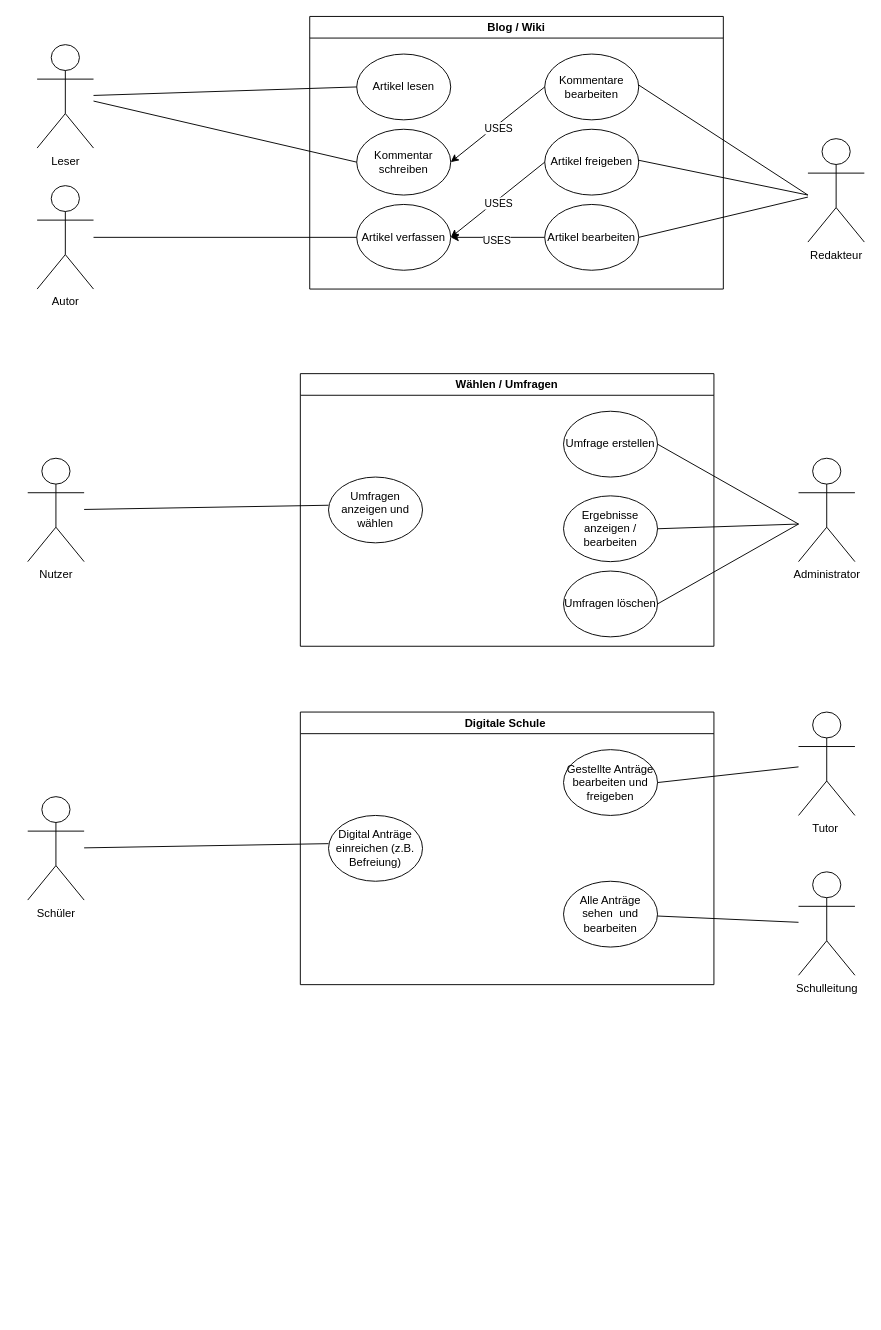
Duentemeiname/DjangoTestProjekts keeps this draw.io diagram as AnwendungsfälleDjango.drawio. Above is the earlier version. Source tidied: cells renumbered, new cells numbered last; positions are measured from the earlier drawing's top-left corner, leaving out a move shared by most shapes. Both pictures are drawn from the tidied source at 94%, with x=0, y=0 at pixel (27, 16).
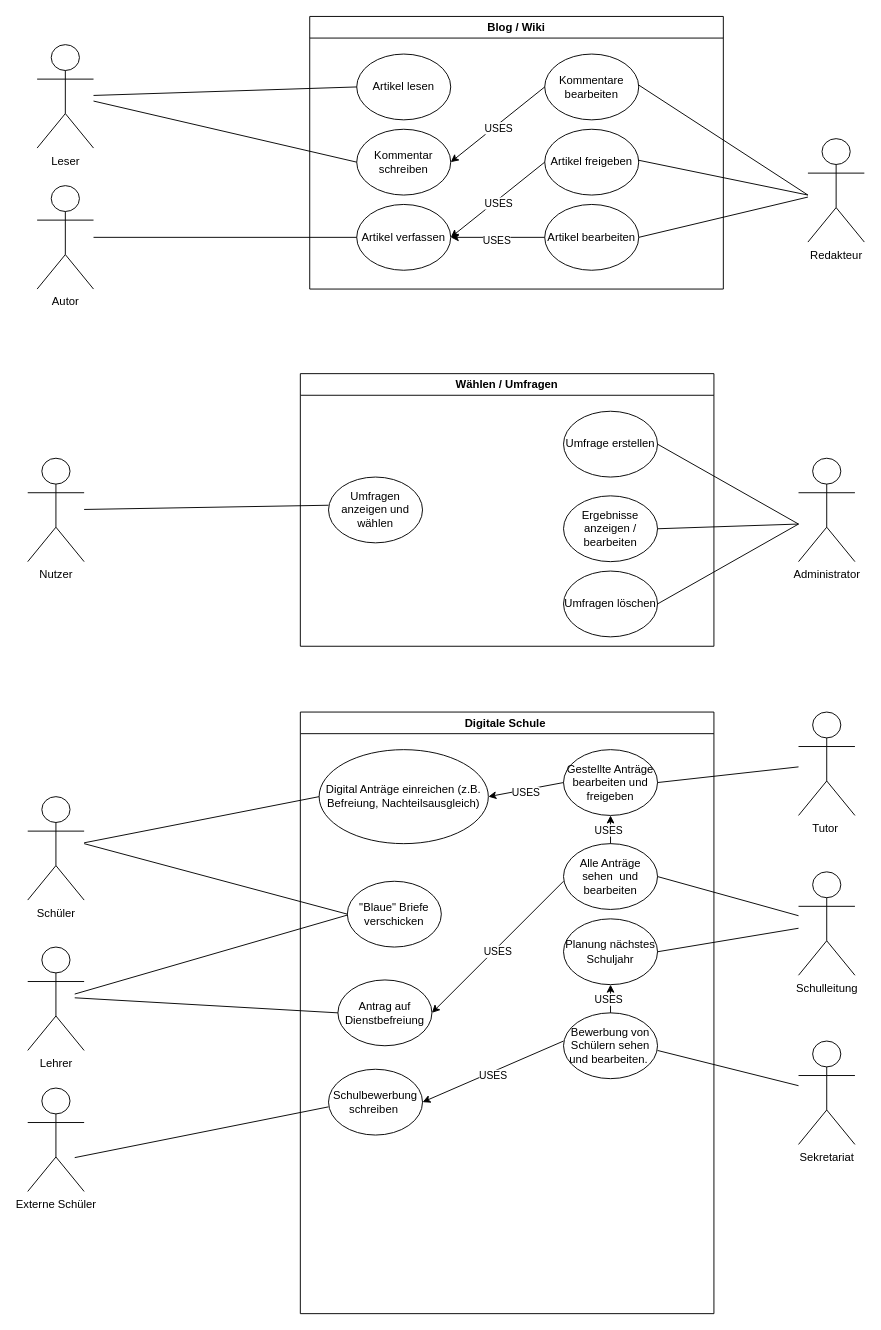
The same diagram, later.

The change refers to these unchanged cells:
```xml
<mxCell id="35" value="Schüler" style="shape=umlActor;verticalLabelPosition=bottom;verticalAlign=top;html=1;" parent="1" vertex="1">
  <mxGeometry y="830" width="60" height="110" as="geometry" />
</mxCell>
<mxCell id="38" value="Gestellte Anträge bearbeiten und freigeben" style="ellipse;whiteSpace=wrap;html=1;" parent="36" vertex="1">
  <mxGeometry x="280" y="40" width="100" height="70" as="geometry" />
</mxCell>
<mxCell id="44" value="Schulleitung" style="shape=umlActor;verticalLabelPosition=bottom;verticalAlign=top;html=1;" parent="1" vertex="1">
  <mxGeometry x="820" y="910" width="60" height="110" as="geometry" />
</mxCell>
```

The edit, as a diff of the source:
```diff
@@
     <mxCell id="36" value="Digitale Schule&amp;nbsp;" style="swimlane;whiteSpace=wrap;html=1;" parent="1" vertex="1">
-      <mxGeometry x="290" y="740" width="440" height="290" as="geometry" />
+      <mxGeometry x="290" y="740" width="440" height="640" as="geometry" />
     </mxCell>
-    <mxCell id="37" value="Digital Anträge einreichen (z.B. Befreiung)" style="ellipse;whiteSpace=wrap;html=1;" parent="36" vertex="1">
-      <mxGeometry x="30" y="110" width="100" height="70" as="geometry" />
+    <mxCell id="37" value="Digital Anträge einreichen (z.B. Befreiung, Nachteilsausgleich)" style="ellipse;whiteSpace=wrap;html=1;" parent="36" vertex="1">
+      <mxGeometry x="20" y="40" width="180" height="100" as="geometry" />
     </mxCell>
@@
     <mxCell id="39" value="Alle Anträge sehen&amp;nbsp; und bearbeiten" style="ellipse;whiteSpace=wrap;html=1;" parent="36" vertex="1">
-      <mxGeometry x="280" y="180" width="100" height="70" as="geometry" />
+      <mxGeometry x="280" y="140" width="100" height="70" as="geometry" />
     </mxCell>
-    <mxCell id="40" style="endArrow=none;html=1;rounded=0;exitX=1;exitY=0.5;exitDx=0;exitDy=0;" parent="36" edge="1" target="44">
-      <mxGeometry relative="1" as="geometry">
-        <mxPoint x="380" y="217" as="sourcePoint" />
-      </mxGeometry>
-    </mxCell>
+    <mxCell id="45" value="Schulbewerbung schreiben&amp;nbsp;" style="ellipse;whiteSpace=wrap;html=1;" parent="36" vertex="1">
+      <mxGeometry x="30" y="380" width="100" height="70" as="geometry" />
+    </mxCell>
+    <mxCell id="46" value="Bewerbung von Schülern sehen und bearbeiten.&amp;nbsp;" style="ellipse;whiteSpace=wrap;html=1;" parent="36" vertex="1">
+      <mxGeometry x="280" y="320" width="100" height="70" as="geometry" />
+    </mxCell>
+    <mxCell id="47" style="endArrow=none;html=1;rounded=0;exitX=1;exitY=0.5;exitDx=0;exitDy=0;" parent="36" edge="1" target="63">
+      <mxGeometry relative="1" as="geometry">
+        <mxPoint x="380" y="360" as="sourcePoint" />
+      </mxGeometry>
+    </mxCell>
+    <mxCell id="48" style="endArrow=classic;html=1;rounded=0;exitX=0;exitY=0.5;exitDx=0;exitDy=0;entryX=1;entryY=0.5;entryDx=0;entryDy=0;" parent="36" edge="1" target="45">
+      <mxGeometry relative="1" as="geometry">
+        <mxPoint x="280" y="350" as="sourcePoint" />
+      </mxGeometry>
+    </mxCell>
+    <mxCell id="49" value="USES" style="edgeLabel;html=1;align=center;verticalAlign=middle;" parent="48" vertex="1">
+      <mxGeometry x="0.03" y="3" relative="1" as="geometry" />
+    </mxCell>
+    <mxCell id="50" value="Planung nächstes Schuljahr" style="ellipse;whiteSpace=wrap;html=1;" parent="36" vertex="1">
+      <mxGeometry x="280" y="220" width="100" height="70" as="geometry" />
+    </mxCell>
+    <mxCell id="51" style="endArrow=classic;html=1;rounded=0;exitX=0.5;exitY=0;exitDx=0;exitDy=0;entryX=0.5;entryY=1;entryDx=0;entryDy=0;" parent="36" edge="1" source="46" target="50">
+      <mxGeometry relative="1" as="geometry" />
+    </mxCell>
+    <mxCell id="52" value="USES" style="edgeLabel;html=1;align=center;verticalAlign=middle;" parent="51" vertex="1">
+      <mxGeometry x="0.03" y="3" relative="1" as="geometry" />
+    </mxCell>
+    <mxCell id="53" style="endArrow=classic;html=1;rounded=0;exitX=0;exitY=0.5;exitDx=0;exitDy=0;entryX=1;entryY=0.5;entryDx=0;entryDy=0;" parent="36" edge="1" target="37">
+      <mxGeometry relative="1" as="geometry">
+        <mxPoint x="280" y="75" as="sourcePoint" />
+      </mxGeometry>
+    </mxCell>
+    <mxCell id="54" value="USES" style="edgeLabel;html=1;align=center;verticalAlign=middle;" parent="53" vertex="1">
+      <mxGeometry x="0.03" y="3" relative="1" as="geometry" />
+    </mxCell>
+    <mxCell id="55" value="Antrag auf Dienstbefreiung" style="ellipse;whiteSpace=wrap;html=1;" parent="36" vertex="1">
+      <mxGeometry x="40" y="285" width="100" height="70" as="geometry" />
+    </mxCell>
+    <mxCell id="56" style="endArrow=classic;html=1;rounded=0;exitX=0;exitY=0.5;exitDx=0;exitDy=0;entryX=1;entryY=0.5;entryDx=0;entryDy=0;" parent="36" edge="1" target="55">
+      <mxGeometry relative="1" as="geometry">
+        <mxPoint x="280" y="180" as="sourcePoint" />
+      </mxGeometry>
+    </mxCell>
+    <mxCell id="57" value="USES" style="edgeLabel;html=1;align=center;verticalAlign=middle;" parent="56" vertex="1">
+      <mxGeometry x="0.03" y="3" relative="1" as="geometry" />
+    </mxCell>
+    <mxCell id="58" style="endArrow=classic;html=1;rounded=0;exitX=0;exitY=0.5;exitDx=0;exitDy=0;entryX=0.5;entryY=1;entryDx=0;entryDy=0;" parent="36" edge="1" target="38">
+      <mxGeometry relative="1" as="geometry">
+        <mxPoint x="330" y="140" as="sourcePoint" />
+      </mxGeometry>
+    </mxCell>
+    <mxCell id="59" value="USES" style="edgeLabel;html=1;align=center;verticalAlign=middle;" parent="58" vertex="1">
+      <mxGeometry x="0.03" y="3" relative="1" as="geometry" />
+    </mxCell>
+    <mxCell id="60" value="&quot;Blaue&quot; Briefe verschicken" style="ellipse;whiteSpace=wrap;html=1;" parent="36" vertex="1">
+      <mxGeometry x="50" y="180" width="100" height="70" as="geometry" />
+    </mxCell>
@@
-    <mxCell id="42" style="endArrow=none;html=1;rounded=0;" parent="1" edge="1" source="35">
-      <mxGeometry relative="1" as="geometry">
-        <mxPoint x="320" y="880" as="targetPoint" />
-      </mxGeometry>
+    <mxCell id="42" style="endArrow=none;html=1;rounded=0;entryX=0;entryY=0.5;entryDx=0;entryDy=0;" parent="1" edge="1" source="35" target="37">
+      <mxGeometry relative="1" as="geometry" />
     </mxCell>
@@
+    <mxCell id="61" value="Externe Schüler" style="shape=umlActor;verticalLabelPosition=bottom;verticalAlign=top;html=1;" parent="1" vertex="1">
+      <mxGeometry y="1140" width="60" height="110" as="geometry" />
+    </mxCell>
+    <mxCell id="62" style="endArrow=none;html=1;rounded=0;entryX=0;entryY=0.5;entryDx=0;entryDy=0;" parent="1" edge="1">
+      <mxGeometry relative="1" as="geometry">
+        <mxPoint x="50" y="1214" as="sourcePoint" />
+        <mxPoint x="320" y="1160" as="targetPoint" />
+      </mxGeometry>
+    </mxCell>
+    <mxCell id="63" value="Sekretariat" style="shape=umlActor;verticalLabelPosition=bottom;verticalAlign=top;html=1;" parent="1" vertex="1">
+      <mxGeometry x="820" y="1090" width="60" height="110" as="geometry" />
+    </mxCell>
+    <mxCell id="40" style="endArrow=none;html=1;rounded=0;exitX=1;exitY=0.5;exitDx=0;exitDy=0;" parent="1" edge="1" source="39" target="44">
+      <mxGeometry relative="1" as="geometry" />
+    </mxCell>
+    <mxCell id="64" style="endArrow=none;html=1;rounded=0;exitX=1;exitY=0.5;exitDx=0;exitDy=0;" parent="1" edge="1" source="50" target="44">
+      <mxGeometry relative="1" as="geometry" />
+    </mxCell>
+    <mxCell id="65" value="Lehrer" style="shape=umlActor;verticalLabelPosition=bottom;verticalAlign=top;html=1;" parent="1" vertex="1">
+      <mxGeometry y="990" width="60" height="110" as="geometry" />
+    </mxCell>
+    <mxCell id="66" style="endArrow=none;html=1;rounded=0;entryX=0;entryY=0.5;entryDx=0;entryDy=0;" parent="1" edge="1" target="55">
+      <mxGeometry relative="1" as="geometry">
+        <mxPoint x="50" y="1044" as="sourcePoint" />
+      </mxGeometry>
+    </mxCell>
+    <mxCell id="67" style="endArrow=none;html=1;rounded=0;entryX=0;entryY=0.5;entryDx=0;entryDy=0;" parent="1" edge="1">
+      <mxGeometry relative="1" as="geometry">
+        <mxPoint x="50" y="1040" as="sourcePoint" />
+        <mxPoint x="340" y="956" as="targetPoint" />
+      </mxGeometry>
+    </mxCell>
+    <mxCell id="68" style="endArrow=none;html=1;rounded=0;entryX=0;entryY=0.5;entryDx=0;entryDy=0;" parent="1" edge="1" target="60">
+      <mxGeometry relative="1" as="geometry">
+        <mxPoint x="60" y="880" as="sourcePoint" />
+      </mxGeometry>
+    </mxCell>
```
